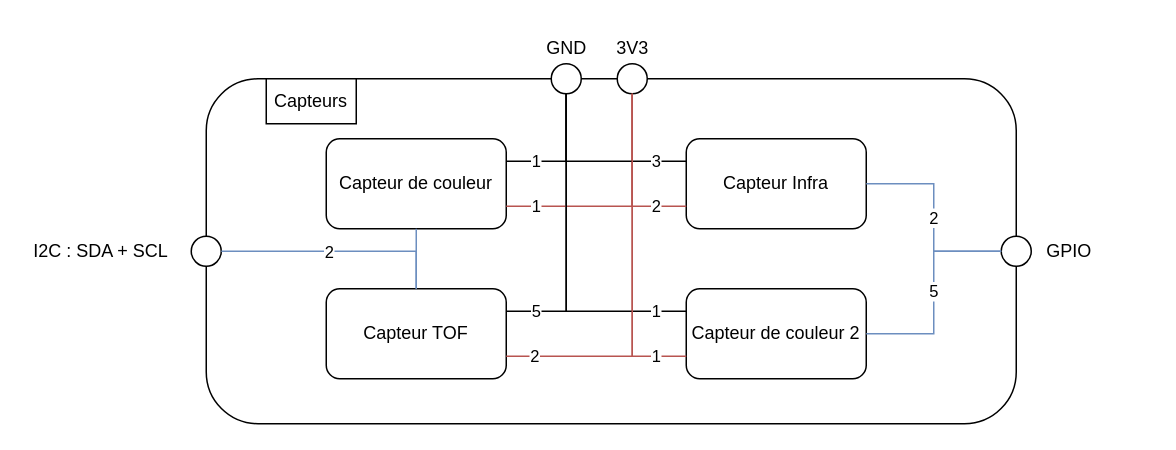
The draw.io diagram Electronics/System Diagram/src/SchemaArchitecturalCapteurs.drawio in SamiAsfary/Project_ESE, before the edit. Source tidied: cells renumbered, new cells numbered last; positions are measured from the earlier drawing's top-left corner, leaving out a move shared by most shapes. Both pictures are drawn from the tidied source at 150%, with x=0, y=0 at pixel (26, 26).
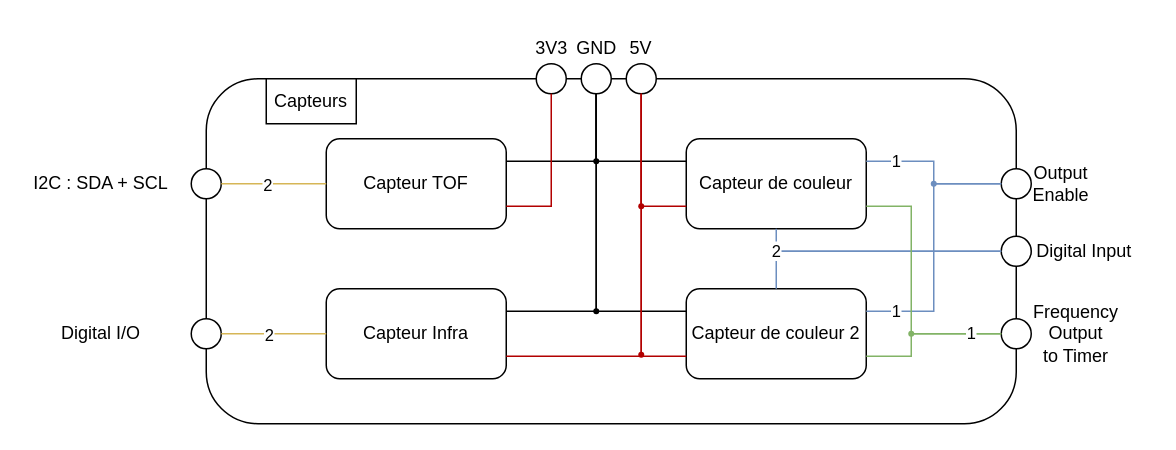
The same page after the edit.

Commit message:
Added STM32 and KiCAD project + changed Architecture Sensor

The change refers to these unchanged cells:
```xml
<mxCell id="7" value="Capteur de couleur 2" style="rounded=1;whiteSpace=wrap;html=1;" parent="1" vertex="1">
  <mxGeometry x="440" y="175" width="120" height="60" as="geometry" />
</mxCell>
<mxCell id="21" style="ellipse;whiteSpace=wrap;html=1;" parent="1" vertex="1">
  <mxGeometry x="650" y="140" width="20" height="20" as="geometry" />
</mxCell>
```

The edit, as a diff of the source:
```diff
@@
-    <mxCell id="4" value="Capteur de couleur" style="rounded=1;whiteSpace=wrap;html=1;" parent="1" vertex="1">
+    <mxCell id="4" value="Capteur TOF" style="rounded=1;whiteSpace=wrap;html=1;" parent="1" vertex="1">
       <mxGeometry x="200" y="75" width="120" height="60" as="geometry" />
     </mxCell>
-    <mxCell id="5" value="Capteur Infra" style="rounded=1;whiteSpace=wrap;html=1;" parent="1" vertex="1">
+    <mxCell id="5" value="Capteur de couleur" style="rounded=1;whiteSpace=wrap;html=1;" parent="1" vertex="1">
       <mxGeometry x="440" y="75" width="120" height="60" as="geometry" />
     </mxCell>
-    <mxCell id="6" value="Capteur TOF" style="rounded=1;whiteSpace=wrap;html=1;" parent="1" vertex="1">
+    <mxCell id="6" value="Capteur Infra" style="rounded=1;whiteSpace=wrap;html=1;" parent="1" vertex="1">
       <mxGeometry x="200" y="175" width="120" height="60" as="geometry" />
     </mxCell>
@@
     <mxCell id="8" style="ellipse;whiteSpace=wrap;html=1;" parent="1" vertex="1">
-      <mxGeometry x="110" y="140" width="20" height="20" as="geometry" />
+      <mxGeometry x="110" y="195" width="20" height="20" as="geometry" />
     </mxCell>
-    <mxCell id="9" style="endArrow=none;html=1;rounded=0;entryX=0.5;entryY=0;entryDx=0;entryDy=0;exitX=1;exitY=0.5;exitDx=0;exitDy=0;edgeStyle=orthogonalEdgeStyle;fillColor=#dae8fc;strokeColor=#6c8ebf;" parent="1" edge="1" source="8" target="6">
+    <mxCell id="9" style="endArrow=none;html=1;rounded=0;entryX=0;entryY=0.5;entryDx=0;entryDy=0;exitX=1;exitY=0.5;exitDx=0;exitDy=0;edgeStyle=orthogonalEdgeStyle;fillColor=#fff2cc;strokeColor=#d6b656;" parent="1" edge="1" source="8" target="6">
       <mxGeometry relative="1" as="geometry" />
     </mxCell>
     <mxCell id="10" value="2" style="edgeLabel;html=1;align=center;verticalAlign=middle;" parent="9" vertex="1">
       <mxGeometry x="0.53" y="-1" relative="1" as="geometry">
-        <mxPoint x="-48" y="-1" as="offset" />
+        <mxPoint x="-23" y="-1" as="offset" />
       </mxGeometry>
     </mxCell>
-    <mxCell id="11" style="endArrow=none;html=1;rounded=0;entryX=0.5;entryY=0;entryDx=0;entryDy=0;exitX=0.5;exitY=1;exitDx=0;exitDy=0;fillColor=#dae8fc;strokeColor=#6c8ebf;" parent="1" edge="1" source="4" target="6">
-      <mxGeometry relative="1" as="geometry" />
-    </mxCell>
     <mxCell id="12" value="I2C : SDA + SCL" style="text;html=1;strokeColor=none;fillColor=none;align=center;verticalAlign=middle;whiteSpace=wrap;rounded=0;" parent="1" vertex="1">
-      <mxGeometry y="135" width="100" height="30" as="geometry" />
+      <mxGeometry y="90" width="100" height="30" as="geometry" />
     </mxCell>
     <mxCell id="13" style="ellipse;whiteSpace=wrap;html=1;" parent="1" vertex="1">
-      <mxGeometry x="350" y="25" width="20" height="20" as="geometry" />
+      <mxGeometry x="370" y="25" width="20" height="20" as="geometry" />
     </mxCell>
     <mxCell id="14" style="ellipse;whiteSpace=wrap;html=1;" parent="1" vertex="1">
-      <mxGeometry x="394" y="25" width="20" height="20" as="geometry" />
+      <mxGeometry x="340" y="25" width="20" height="20" as="geometry" />
     </mxCell>
-    <mxCell id="15" value="1" style="endArrow=none;html=1;rounded=0;exitX=1;exitY=0.25;exitDx=0;exitDy=0;entryX=0.5;entryY=1;entryDx=0;entryDy=0;edgeStyle=orthogonalEdgeStyle;" parent="1" edge="1" source="4" target="13">
-      <mxGeometry x="-0.53" relative="1" as="geometry" />
+    <mxCell id="15" style="endArrow=none;html=1;rounded=0;exitX=1;exitY=0.25;exitDx=0;exitDy=0;entryX=0.5;entryY=1;entryDx=0;entryDy=0;edgeStyle=orthogonalEdgeStyle;" parent="1" edge="1" source="4" target="13">
+      <mxGeometry x="-0.53" y="15" relative="1" as="geometry" />
     </mxCell>
-    <mxCell id="16" value="5" style="endArrow=none;html=1;rounded=0;exitX=1;exitY=0.25;exitDx=0;exitDy=0;entryX=0.5;entryY=1;entryDx=0;entryDy=0;edgeStyle=orthogonalEdgeStyle;" parent="1" edge="1" source="6" target="13">
-      <mxGeometry x="-0.78" relative="1" as="geometry" />
-    </mxCell>
-    <mxCell id="17" value="1" style="endArrow=none;html=1;rounded=0;exitX=1;exitY=0.75;exitDx=0;exitDy=0;entryX=0.5;entryY=1;entryDx=0;entryDy=0;edgeStyle=orthogonalEdgeStyle;fillColor=#f8cecc;strokeColor=#b85450;" parent="1" edge="1" source="4" target="14">
-      <mxGeometry x="-0.75" relative="1" as="geometry" />
+    <mxCell id="17" style="endArrow=none;html=1;rounded=0;exitX=1;exitY=0.75;exitDx=0;exitDy=0;entryX=0.5;entryY=1;entryDx=0;entryDy=0;edgeStyle=orthogonalEdgeStyle;fillColor=#e51400;strokeColor=#B20000;" parent="1" edge="1" source="4" target="14">
+      <mxGeometry x="-0.75" y="45" relative="1" as="geometry" />
     </mxCell>
-    <mxCell id="18" value="2" style="endArrow=none;html=1;rounded=0;exitX=1;exitY=0.75;exitDx=0;exitDy=0;entryX=0.5;entryY=1;entryDx=0;entryDy=0;edgeStyle=orthogonalEdgeStyle;fillColor=#f8cecc;strokeColor=#b85450;" parent="1" edge="1" source="6" target="14">
-      <mxGeometry x="-0.85" relative="1" as="geometry" />
-    </mxCell>
-    <mxCell id="19" value="2" style="endArrow=none;html=1;rounded=0;exitX=0;exitY=0.75;exitDx=0;exitDy=0;entryX=0.5;entryY=1;entryDx=0;entryDy=0;edgeStyle=orthogonalEdgeStyle;fillColor=#f8cecc;strokeColor=#b85450;" parent="1" edge="1" source="5" target="14">
-      <mxGeometry x="-0.64" relative="1" as="geometry">
-        <Array as="points">
-          <mxPoint x="404" y="120" />
-        </Array>
-      </mxGeometry>
-    </mxCell>
-    <mxCell id="20" value="3" style="endArrow=none;html=1;rounded=0;entryX=0;entryY=0.25;entryDx=0;entryDy=0;edgeStyle=orthogonalEdgeStyle;" parent="1" edge="1" target="5">
-      <mxGeometry x="0.68" relative="1" as="geometry">
-        <mxPoint x="360" y="45" as="sourcePoint" />
-        <Array as="points">
-          <mxPoint x="360" y="90" />
-        </Array>
-      </mxGeometry>
-    </mxCell>
@@
-    <mxCell id="22" value="GPIO" style="text;html=1;align=center;verticalAlign=middle;strokeColor=none;fillColor=none;" parent="1" vertex="1">
-      <mxGeometry x="670" y="135" width="50" height="30" as="geometry" />
+    <mxCell id="22" value="Digital Input" style="text;html=1;align=center;verticalAlign=middle;strokeColor=none;fillColor=none;" parent="1" vertex="1">
+      <mxGeometry x="660" y="135" width="90" height="30" as="geometry" />
     </mxCell>
+    <mxCell id="27" value="GND" style="text;html=1;align=center;verticalAlign=middle;strokeColor=none;fillColor=none;" parent="1" vertex="1">
+      <mxGeometry x="355" width="50" height="30" as="geometry" />
+    </mxCell>
+    <mxCell id="28" value="3V3" style="text;html=1;align=center;verticalAlign=middle;strokeColor=none;fillColor=none;" parent="1" vertex="1">
+      <mxGeometry x="330" width="40" height="30" as="geometry" />
+    </mxCell>
+    <mxCell id="29" style="endArrow=none;html=1;rounded=0;entryX=0.5;entryY=1;entryDx=0;entryDy=0;exitX=0;exitY=0.25;exitDx=0;exitDy=0;edgeStyle=orthogonalEdgeStyle;" parent="1" edge="1" source="5" target="13">
+      <mxGeometry relative="1" as="geometry" />
+    </mxCell>
+    <mxCell id="16" style="endArrow=none;html=1;rounded=0;entryX=0.5;entryY=1;entryDx=0;entryDy=0;exitX=1;exitY=0.25;exitDx=0;exitDy=0;edgeStyle=orthogonalEdgeStyle;" parent="1" edge="1" source="6" target="13">
+      <mxGeometry relative="1" as="geometry" />
+    </mxCell>
+    <mxCell id="25" style="endArrow=none;html=1;rounded=0;entryX=0;entryY=0.25;entryDx=0;entryDy=0;exitX=0.5;exitY=1;exitDx=0;exitDy=0;edgeStyle=orthogonalEdgeStyle;" parent="1" edge="1" source="13" target="7">
+      <mxGeometry relative="1" as="geometry" />
+    </mxCell>
+    <mxCell id="30" style="shape=waypoint;sketch=0;fillStyle=solid;size=6;fillColor=none;perimeter=centerPerimeter;strokeWidth=0;" parent="1" vertex="1">
+      <mxGeometry x="360" y="170" width="40" height="40" as="geometry" />
+    </mxCell>
+    <mxCell id="31" style="shape=waypoint;sketch=0;fillStyle=solid;size=6;fillColor=none;perimeter=centerPerimeter;strokeWidth=0;" parent="1" vertex="1">
+      <mxGeometry x="360" y="70" width="40" height="40" as="geometry" />
+    </mxCell>
+    <mxCell id="32" style="shape=waypoint;sketch=0;fillStyle=solid;size=6;fillColor=#e51400;perimeter=centerPerimeter;strokeWidth=0;fontColor=#ffffff;strokeColor=#B20000;" parent="1" vertex="1">
+      <mxGeometry x="390" y="199" width="40" height="40" as="geometry" />
+    </mxCell>
+    <mxCell id="33" style="ellipse;whiteSpace=wrap;html=1;" parent="1" vertex="1">
+      <mxGeometry x="650" y="195" width="20" height="20" as="geometry" />
+    </mxCell>
+    <mxCell id="34" style="ellipse;whiteSpace=wrap;html=1;" parent="1" vertex="1">
+      <mxGeometry x="650" y="95" width="20" height="20" as="geometry" />
+    </mxCell>
-    <mxCell id="23" value="2" style="endArrow=none;html=1;rounded=0;entryX=0;entryY=0.5;entryDx=0;entryDy=0;exitX=1;exitY=0.5;exitDx=0;exitDy=0;edgeStyle=orthogonalEdgeStyle;fillColor=#dae8fc;strokeColor=#6c8ebf;" parent="1" edge="1" source="5" target="21">
+    <mxCell id="23" style="endArrow=none;html=1;rounded=0;entryX=0;entryY=0.5;entryDx=0;entryDy=0;exitX=0.5;exitY=1;exitDx=0;exitDy=0;fillColor=#dae8fc;strokeColor=#6c8ebf;edgeStyle=orthogonalEdgeStyle;" parent="1" edge="1" source="5" target="21">
       <mxGeometry relative="1" as="geometry" />
     </mxCell>
-    <mxCell id="24" value="5" style="endArrow=none;html=1;rounded=0;entryX=0;entryY=0.5;entryDx=0;entryDy=0;exitX=1;exitY=0.5;exitDx=0;exitDy=0;edgeStyle=orthogonalEdgeStyle;fillColor=#dae8fc;strokeColor=#6c8ebf;" parent="1" edge="1" source="7" target="21">
-      <mxGeometry relative="1" as="geometry" />
+    <mxCell id="24" value="2" style="endArrow=none;html=1;rounded=0;entryX=0;entryY=0.5;entryDx=0;entryDy=0;exitX=0.5;exitY=0;exitDx=0;exitDy=0;edgeStyle=orthogonalEdgeStyle;fillColor=#dae8fc;strokeColor=#6c8ebf;" parent="1" edge="1" source="7" target="21">
+      <mxGeometry x="-0.71" relative="1" as="geometry" />
     </mxCell>
-    <mxCell id="25" value="1" style="endArrow=none;html=1;rounded=0;entryX=0;entryY=0.25;entryDx=0;entryDy=0;exitX=0.5;exitY=1;exitDx=0;exitDy=0;edgeStyle=orthogonalEdgeStyle;" parent="1" edge="1" source="13" target="7">
-      <mxGeometry x="0.82" relative="1" as="geometry" />
-    </mxCell>
-    <mxCell id="26" value="1" style="endArrow=none;html=1;rounded=0;entryX=0;entryY=0.75;entryDx=0;entryDy=0;exitX=0.5;exitY=1;exitDx=0;exitDy=0;fillColor=#f8cecc;strokeColor=#b85450;edgeStyle=orthogonalEdgeStyle;" parent="1" edge="1" source="14" target="7">
-      <mxGeometry x="0.81" relative="1" as="geometry" />
-    </mxCell>
-    <mxCell id="27" value="GND" style="text;html=1;align=center;verticalAlign=middle;strokeColor=none;fillColor=none;" parent="1" vertex="1">
-      <mxGeometry x="335" width="50" height="30" as="geometry" />
-    </mxCell>
-    <mxCell id="28" value="3V3" style="text;html=1;align=center;verticalAlign=middle;strokeColor=none;fillColor=none;" parent="1" vertex="1">
-      <mxGeometry x="384" width="40" height="30" as="geometry" />
-    </mxCell>
+    <mxCell id="35" value="Output Enable" style="text;html=1;strokeColor=none;fillColor=none;align=center;verticalAlign=middle;whiteSpace=wrap;rounded=0;" parent="1" vertex="1">
+      <mxGeometry x="660" y="90" width="60" height="30" as="geometry" />
+    </mxCell>
+    <mxCell id="36" value="Frequency Output&lt;br&gt;to Timer" style="text;html=1;strokeColor=none;fillColor=none;align=center;verticalAlign=middle;whiteSpace=wrap;rounded=0;" parent="1" vertex="1">
+      <mxGeometry x="670" y="190" width="60" height="30" as="geometry" />
+    </mxCell>
+    <mxCell id="37" value="1" style="endArrow=none;html=1;rounded=0;entryX=0;entryY=0.5;entryDx=0;entryDy=0;exitX=1;exitY=0.25;exitDx=0;exitDy=0;fillColor=#dae8fc;strokeColor=#6c8ebf;edgeStyle=orthogonalEdgeStyle;" parent="1" edge="1" source="5" target="34">
+      <mxGeometry x="-0.62" relative="1" as="geometry" />
+    </mxCell>
+    <mxCell id="38" value="1" style="endArrow=none;html=1;rounded=0;exitX=1;exitY=0.25;exitDx=0;exitDy=0;fillColor=#dae8fc;strokeColor=#6c8ebf;edgeStyle=elbowEdgeStyle;" parent="1" edge="1" source="7">
+      <mxGeometry x="-0.77" relative="1" as="geometry">
+        <mxPoint x="650" y="105" as="targetPoint" />
+      </mxGeometry>
+    </mxCell>
+    <mxCell id="39" style="endArrow=none;html=1;rounded=0;entryX=0;entryY=0.5;entryDx=0;entryDy=0;exitX=1;exitY=0.75;exitDx=0;exitDy=0;fillColor=#d5e8d4;strokeColor=#82b366;edgeStyle=orthogonalEdgeStyle;" parent="1" edge="1" source="7" target="33">
+      <mxGeometry relative="1" as="geometry">
+        <Array as="points">
+          <mxPoint x="590" y="220" />
+          <mxPoint x="590" y="205" />
+        </Array>
+      </mxGeometry>
+    </mxCell>
+    <mxCell id="40" value="1" style="endArrow=none;html=1;rounded=0;entryX=0;entryY=0.5;entryDx=0;entryDy=0;exitX=1;exitY=0.75;exitDx=0;exitDy=0;fillColor=#d5e8d4;strokeColor=#82b366;edgeStyle=orthogonalEdgeStyle;" parent="1" edge="1" source="5" target="33">
+      <mxGeometry x="0.77" relative="1" as="geometry">
+        <Array as="points">
+          <mxPoint x="590" y="120" />
+          <mxPoint x="590" y="205" />
+        </Array>
+      </mxGeometry>
+    </mxCell>
+    <mxCell id="41" style="shape=waypoint;sketch=0;fillStyle=solid;size=6;fillColor=#d5e8d4;perimeter=centerPerimeter;strokeWidth=0;strokeColor=#82b366;" parent="1" vertex="1">
+      <mxGeometry x="570" y="185" width="40" height="40" as="geometry" />
+    </mxCell>
+    <mxCell id="42" style="shape=waypoint;sketch=0;fillStyle=solid;size=6;fillColor=#dae8fc;perimeter=centerPerimeter;strokeWidth=0;strokeColor=#6c8ebf;" parent="1" vertex="1">
+      <mxGeometry x="585" y="85" width="40" height="40" as="geometry" />
+    </mxCell>
+    <mxCell id="43" style="ellipse;whiteSpace=wrap;html=1;" parent="1" vertex="1">
+      <mxGeometry x="400" y="25" width="20" height="20" as="geometry" />
+    </mxCell>
+    <mxCell id="44" style="endArrow=none;html=1;rounded=0;entryX=0.5;entryY=1;entryDx=0;entryDy=0;exitX=0;exitY=0.75;exitDx=0;exitDy=0;edgeStyle=orthogonalEdgeStyle;fillColor=#e51400;strokeColor=#B20000;" parent="1" edge="1" source="7" target="43">
+      <mxGeometry relative="1" as="geometry" />
+    </mxCell>
+    <mxCell id="45" style="endArrow=none;html=1;rounded=0;entryX=0.5;entryY=1;entryDx=0;entryDy=0;exitX=0;exitY=0.75;exitDx=0;exitDy=0;edgeStyle=orthogonalEdgeStyle;fillColor=#e51400;strokeColor=#B20000;" parent="1" edge="1" source="5" target="43">
+      <mxGeometry relative="1" as="geometry" />
+    </mxCell>
+    <mxCell id="46" style="shape=waypoint;sketch=0;fillStyle=solid;size=6;fillColor=#e51400;perimeter=centerPerimeter;strokeWidth=0;fontColor=#ffffff;strokeColor=#B20000;" parent="1" vertex="1">
+      <mxGeometry x="390" y="100" width="40" height="40" as="geometry" />
+    </mxCell>
+    <mxCell id="47" value="5V" style="text;html=1;strokeColor=none;fillColor=none;align=center;verticalAlign=middle;whiteSpace=wrap;rounded=0;" parent="1" vertex="1">
+      <mxGeometry x="380" width="60" height="30" as="geometry" />
+    </mxCell>
+    <mxCell id="48" style="ellipse;whiteSpace=wrap;html=1;" parent="1" vertex="1">
+      <mxGeometry x="110" y="95" width="20" height="20" as="geometry" />
+    </mxCell>
+    <mxCell id="49" style="endArrow=none;html=1;rounded=0;entryX=0;entryY=0.5;entryDx=0;entryDy=0;exitX=1;exitY=0.5;exitDx=0;exitDy=0;edgeStyle=orthogonalEdgeStyle;fillColor=#fff2cc;strokeColor=#d6b656;" parent="1" edge="1" source="48">
+      <mxGeometry relative="1" as="geometry">
+        <mxPoint x="200" y="105" as="targetPoint" />
+      </mxGeometry>
+    </mxCell>
+    <mxCell id="50" value="2" style="edgeLabel;html=1;align=center;verticalAlign=middle;" parent="49" vertex="1">
+      <mxGeometry x="0.53" y="-1" relative="1" as="geometry">
+        <mxPoint x="-23" y="-1" as="offset" />
+      </mxGeometry>
+    </mxCell>
+    <mxCell id="51" value="Digital I/O" style="text;html=1;strokeColor=none;fillColor=none;align=center;verticalAlign=middle;whiteSpace=wrap;rounded=0;" parent="1" vertex="1">
+      <mxGeometry x="20" y="190" width="60" height="30" as="geometry" />
+    </mxCell>
+    <mxCell id="52" style="endArrow=none;html=1;rounded=0;entryX=0.5;entryY=1;entryDx=0;entryDy=0;exitX=1;exitY=0.75;exitDx=0;exitDy=0;edgeStyle=orthogonalEdgeStyle;fillColor=#e51400;strokeColor=#B20000;" parent="1" edge="1" source="6" target="43">
+      <mxGeometry relative="1" as="geometry" />
+    </mxCell>
```
